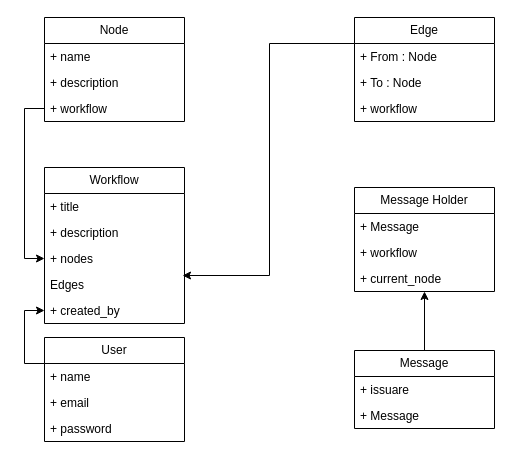
Earlier version of the draw.io diagram diagrams/Classes.drawio (hasanforaty/FlexFlowAPI). Source tidied: cells renumbered, new cells numbered last; positions are measured from the earlier drawing's top-left corner, leaving out a move shared by most shapes. Both pictures are drawn from the tidied source at 100%, with x=0, y=0 at pixel (44, 17).
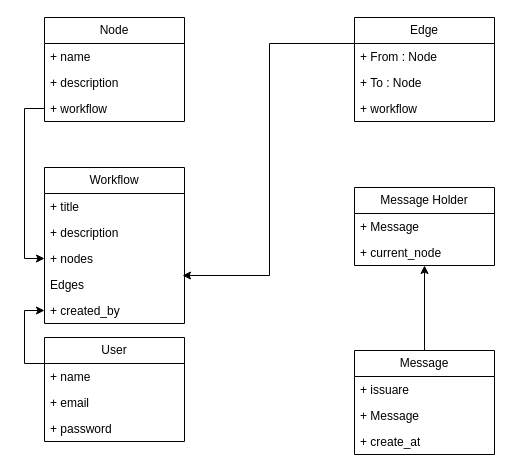
Above is the later version.

The edit, as a diff of the source:
```diff
@@
     <mxCell id="23" value="Message" style="swimlane;fontStyle=0;horizontal=1;startSize=26;fillColor=none;whiteSpace=wrap;html=1;" parent="1" vertex="1">
-      <mxGeometry x="310" y="333" width="140" height="78" as="geometry" />
+      <mxGeometry x="310" y="333" width="140" height="104" as="geometry" />
     </mxCell>
@@
+    <mxCell id="31" value="+ create_at" style="text;strokeColor=none;fillColor=none;align=left;verticalAlign=top;spacingLeft=4;spacingRight=4;overflow=hidden;whiteSpace=wrap;html=1;" parent="23" vertex="1">
+      <mxGeometry y="78" width="140" height="26" as="geometry" />
+    </mxCell>
     <mxCell id="26" value="Message Holder" style="swimlane;fontStyle=0;horizontal=1;startSize=26;fillColor=none;whiteSpace=wrap;html=1;" parent="1" vertex="1">
-      <mxGeometry x="310" y="170" width="140" height="104" as="geometry" />
+      <mxGeometry x="310" y="170" width="140" height="78" as="geometry" />
     </mxCell>
@@
-    <mxCell id="28" value="+ workflow" style="text;strokeColor=none;fillColor=none;align=left;verticalAlign=top;spacingLeft=4;spacingRight=4;overflow=hidden;whiteSpace=wrap;html=1;" parent="26" vertex="1">
-      <mxGeometry y="52" width="140" height="26" as="geometry" />
-    </mxCell>
     <mxCell id="29" value="+ current_node" style="text;strokeColor=none;fillColor=none;align=left;verticalAlign=top;spacingLeft=4;spacingRight=4;overflow=hidden;whiteSpace=wrap;html=1;" parent="26" vertex="1">
-      <mxGeometry y="78" width="140" height="26" as="geometry" />
+      <mxGeometry y="52" width="140" height="26" as="geometry" />
     </mxCell>
```
